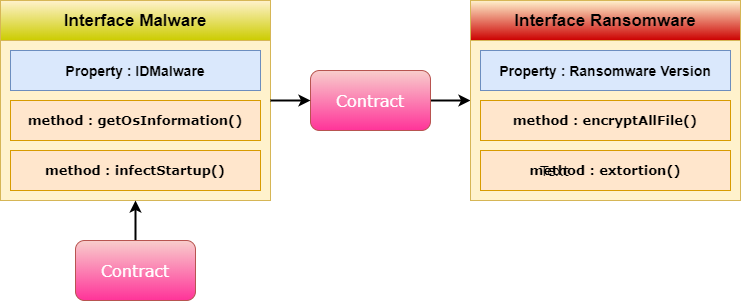
Above: Assets/Interface-InterfaceExtendInterface.png in gungunfebrianza/Belajar-Dengan-Jenius-DenoTheWKWKLand (draw.io), before the change. Source tidied: cells renumbered, new cells last; positions are measured from the earlier drawing's top-left corner, leaving out a move shared by most shapes.
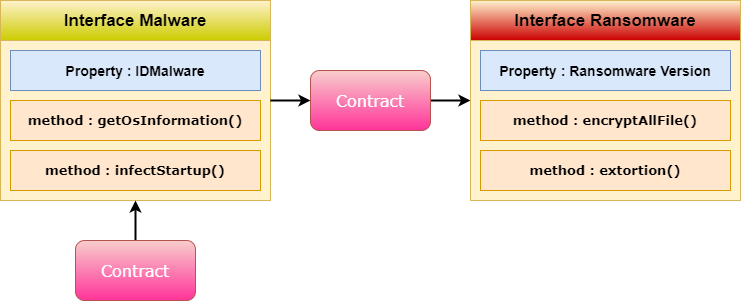
After the commit.

Commit message:
Fix Asset Interface

Change to the diagram source:
```diff
@@ -44,9 +44,6 @@
     <mxCell id="15" value="&lt;b&gt;&lt;font face=&quot;Verdana&quot; style=&quot;font-size: 13px&quot;&gt;method : extortion()&lt;/font&gt;&lt;/b&gt;" style="rounded=0;whiteSpace=wrap;html=1;fillColor=#ffe6cc;strokeColor=#d79b00;" parent="10" vertex="1">
       <mxGeometry x="10" y="150" width="250" height="40" as="geometry" />
     </mxCell>
-    <mxCell id="16" value="Text" style="text;html=1;align=center;verticalAlign=middle;fontSize=14;fontFamily=Verdana;" parent="15" vertex="1">
-      <mxGeometry x="49" y="10" width="50" height="20" as="geometry" />
-    </mxCell>
     <mxCell id="17" style="edgeStyle=orthogonalEdgeStyle;rounded=0;jettySize=auto;html=1;exitX=1;exitY=0.5;exitDx=0;exitDy=0;strokeWidth=2;fontFamily=Verdana;fontSize=14;" parent="1" edge="1" source="5" target="3">
       <mxGeometry relative="1" as="geometry" />
     </mxCell>
```
